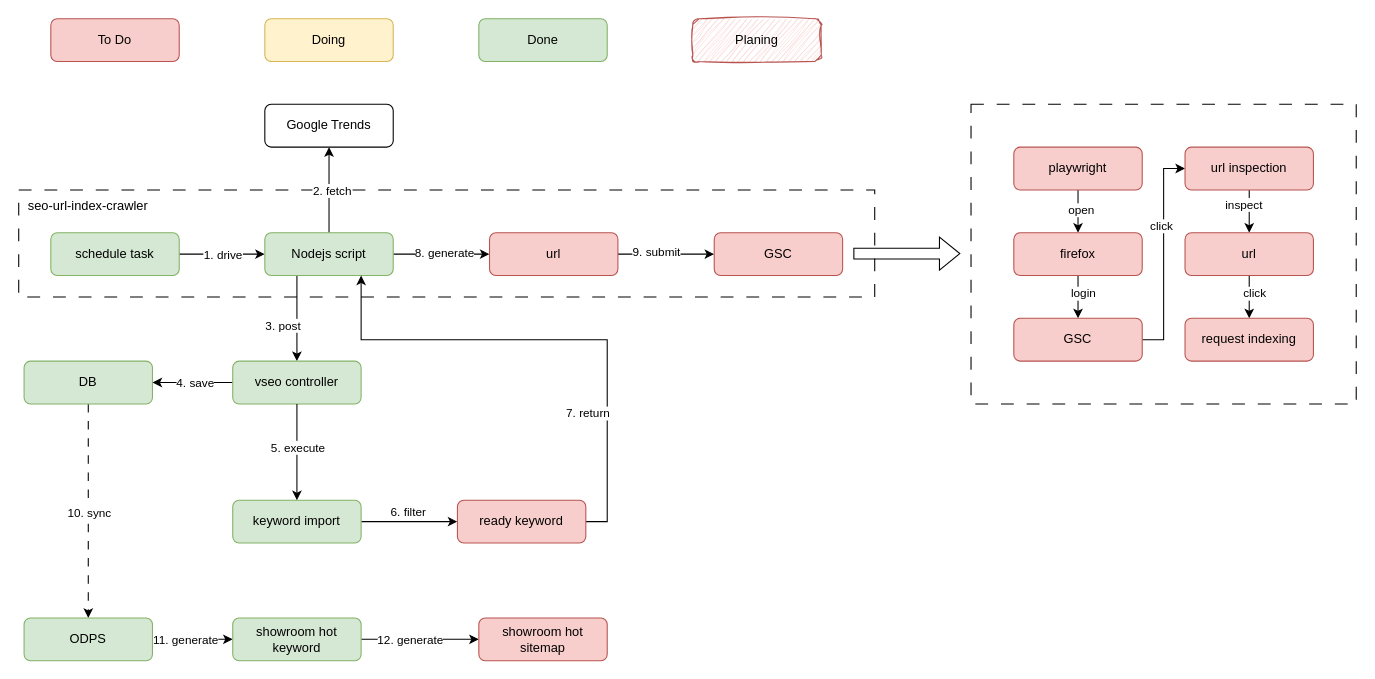
VisableHarry/seo-drawio keeps this draw.io diagram as drawio/trend_keywords.drawio. Above is the earlier version. Source tidied: cells renumbered, new cells numbered last; positions are measured from the earlier drawing's top-left corner, leaving out a move shared by most shapes. Both pictures are drawn from the tidied source at 107%, with x=0, y=0 at pixel (18, 18).
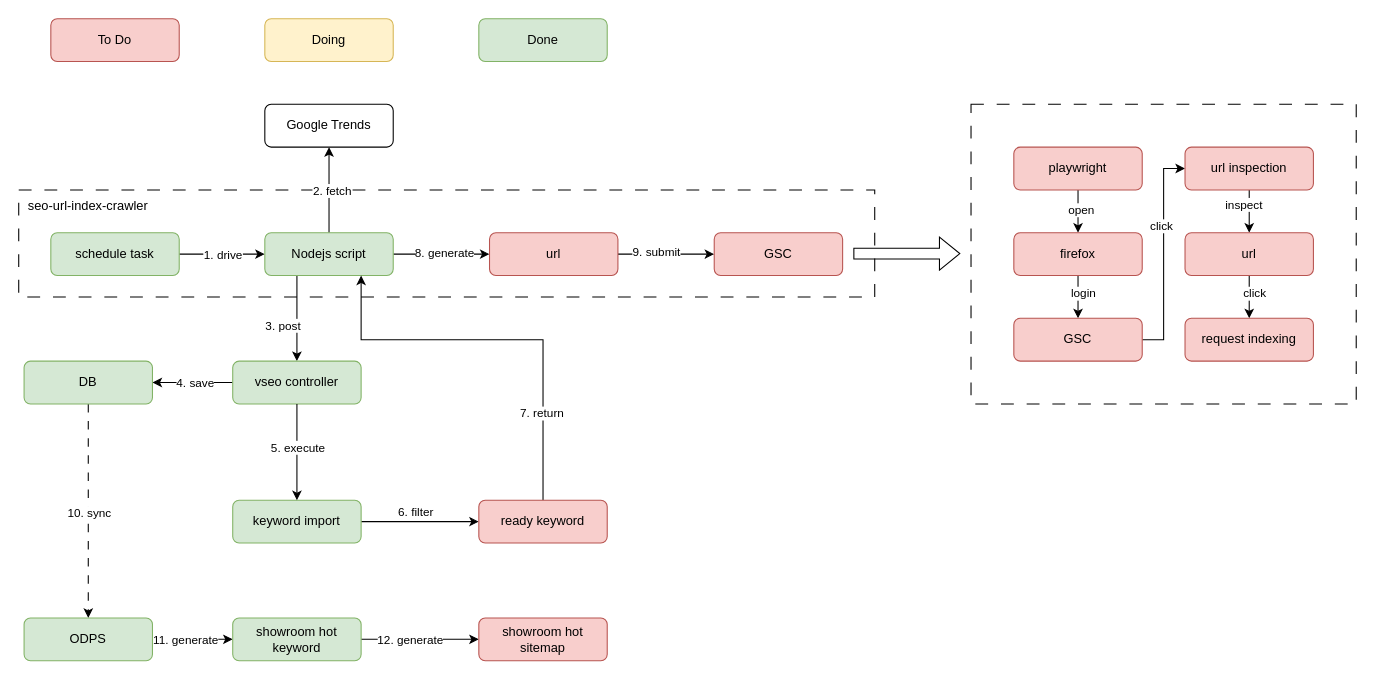
The same page after the edit.

Unchanged cells that the change refers to:
```xml
<mxCell id="17" value="Nodejs script" style="rounded=1;whiteSpace=wrap;html=1;fillColor=#d5e8d4;strokeColor=#82b366;" parent="1" vertex="1">
  <mxGeometry x="230" y="200" width="120" height="40" as="geometry" />
</mxCell>
```

What changed in the source:
```diff
@@
-    <mxCell id="7" value="Planing" style="rounded=1;whiteSpace=wrap;html=1;align=center;fillColor=#f8cecc;strokeColor=#b85450;sketch=1;curveFitting=1;jiggle=2;" parent="1" vertex="1">
-      <mxGeometry x="630" width="120" height="40" as="geometry" />
-    </mxCell>
@@
-    <mxCell id="41" style="edgeStyle=orthogonalEdgeStyle;rounded=0;jettySize=auto;html=1;exitX=1;exitY=0.5;exitDx=0;exitDy=0;entryX=0.75;entryY=1;entryDx=0;entryDy=0;" parent="1" edge="1" source="43" target="17">
+    <mxCell id="41" style="edgeStyle=orthogonalEdgeStyle;rounded=0;jettySize=auto;html=1;entryX=0.75;entryY=1;entryDx=0;entryDy=0;exitX=0.5;exitY=0;exitDx=0;exitDy=0;" parent="1" edge="1" source="43" target="17">
       <mxGeometry relative="1" as="geometry">
         <Array as="points">
-          <mxPoint x="550" y="470" />
-          <mxPoint x="550" y="300" />
+          <mxPoint x="490" y="300" />
           <mxPoint x="320" y="300" />
         </Array>
       </mxGeometry>
     </mxCell>
@@
     <mxCell id="43" value="ready keyword" style="rounded=1;whiteSpace=wrap;html=1;fillColor=#f8cecc;strokeColor=#b85450;" parent="1" vertex="1">
-      <mxGeometry x="410" y="450" width="120" height="40" as="geometry" />
+      <mxGeometry x="430" y="450" width="120" height="40" as="geometry" />
     </mxCell>
```
